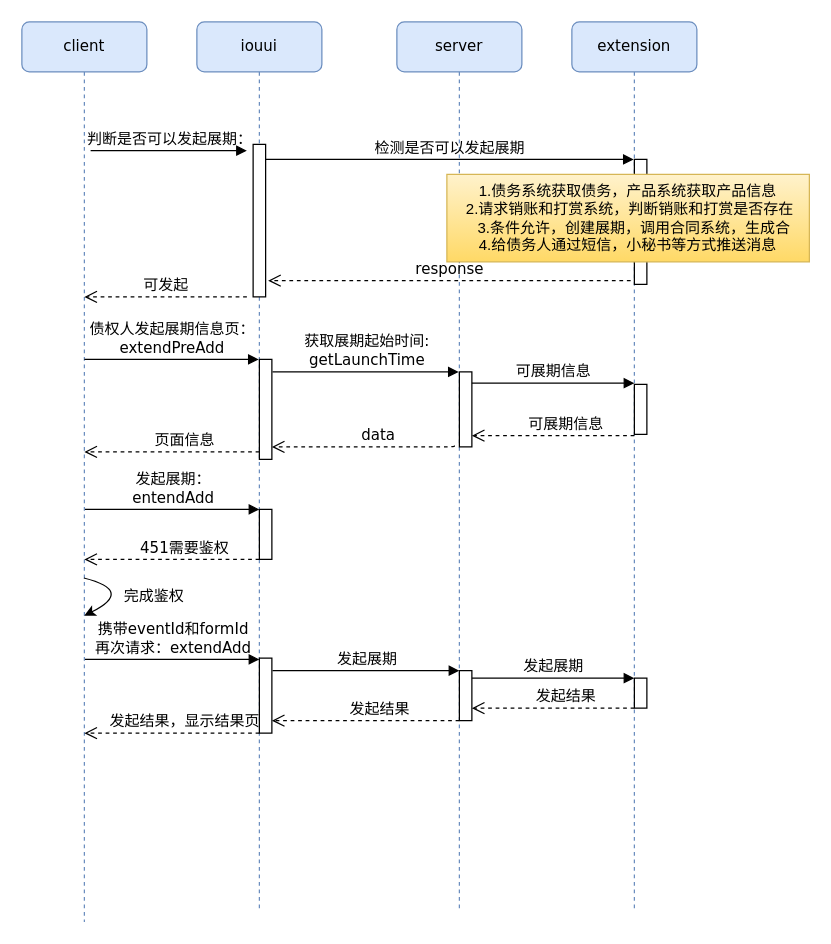
Before: 发起展期.drawio in Racheil/Http, a draw.io diagram. Source tidied: cells renumbered, new cells numbered last; positions are measured from the earlier drawing's top-left corner, leaving out a move shared by most shapes. Both pictures are drawn from the tidied source at 125%, with x=0, y=0 at pixel (21, 21).
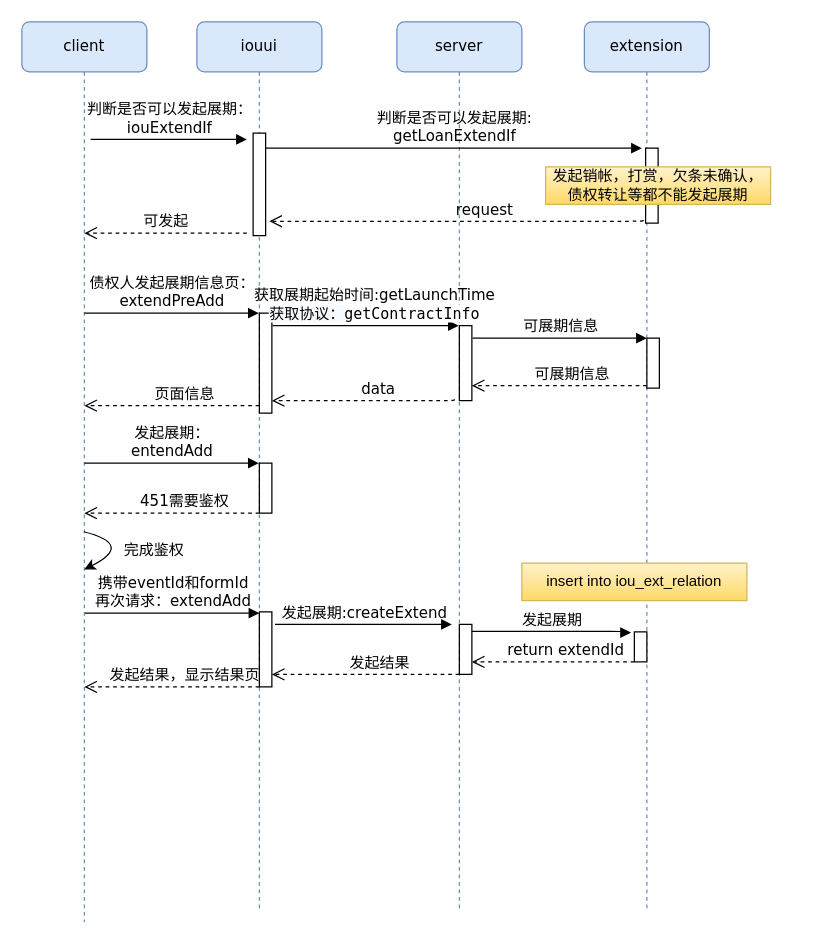
Above is the later version.

Commit message:
更新发起展期.drawio

The change refers to these unchanged cells:
```xml
<mxCell id="2" value="iouui" style="shape=umlLifeline;perimeter=lifelinePerimeter;whiteSpace=wrap;html=1;outlineConnect=0;rounded=1;shadow=0;comic=0;labelBackgroundColor=none;strokeWidth=1;fontFamily=Verdana;fontSize=12;align=center;fillColor=#dae8fc;strokeColor=#6c8ebf;" parent="1" vertex="1">
  <mxGeometry x="140" width="100" height="710" as="geometry" />
</mxCell>
<mxCell id="5" value="server" style="shape=umlLifeline;perimeter=lifelinePerimeter;whiteSpace=wrap;html=1;outlineConnect=0;rounded=1;shadow=0;comic=0;labelBackgroundColor=none;strokeWidth=1;fontFamily=Verdana;fontSize=12;align=center;fillColor=#dae8fc;strokeColor=#6c8ebf;" parent="1" vertex="1">
  <mxGeometry x="300" width="100" height="710" as="geometry" />
</mxCell>
```

Diff of the diagram source:
```diff
@@
     <mxCell id="3" style="html=1;points=[];perimeter=orthogonalPerimeter;rounded=0;shadow=0;comic=0;labelBackgroundColor=none;strokeWidth=1;fontFamily=Verdana;fontSize=12;align=center;" parent="2" vertex="1">
-      <mxGeometry x="45" y="98" width="10" height="122" as="geometry" />
+      <mxGeometry x="45" y="89" width="10" height="82" as="geometry" />
     </mxCell>
     <mxCell id="4" style="html=1;perimeter=orthogonalPerimeter;rounded=0;shadow=0;comic=0;labelBackgroundColor=none;strokeWidth=1;fontFamily=Verdana;fontSize=12;align=center;" parent="2" vertex="1">
-      <mxGeometry x="50" y="390" width="10" height="40" as="geometry" />
+      <mxGeometry x="50" y="353" width="10" height="40" as="geometry" />
     </mxCell>
@@
     <mxCell id="6" style="html=1;perimeter=orthogonalPerimeter;rounded=0;shadow=0;comic=0;labelBackgroundColor=none;strokeWidth=1;fontFamily=Verdana;fontSize=12;align=center;" parent="5" vertex="1">
-      <mxGeometry x="50" y="519" width="10" height="40" as="geometry" />
+      <mxGeometry x="50" y="482" width="10" height="40" as="geometry" />
     </mxCell>
     <mxCell id="7" value="extension" style="shape=umlLifeline;perimeter=lifelinePerimeter;whiteSpace=wrap;html=1;outlineConnect=0;rounded=1;shadow=0;comic=0;labelBackgroundColor=none;strokeWidth=1;fontFamily=Verdana;fontSize=12;align=center;fillColor=#dae8fc;strokeColor=#6c8ebf;" parent="1" vertex="1">
-      <mxGeometry x="440" width="100" height="710" as="geometry" />
+      <mxGeometry x="450" width="100" height="710" as="geometry" />
     </mxCell>
     <mxCell id="8" style="html=1;perimeter=orthogonalPerimeter;rounded=0;shadow=0;comic=0;labelBackgroundColor=none;strokeWidth=1;fontFamily=Verdana;fontSize=12;align=center;" parent="7" vertex="1">
-      <mxGeometry x="50" y="290" width="10" height="40" as="geometry" />
+      <mxGeometry x="50" y="253" width="10" height="40" as="geometry" />
     </mxCell>
@@
     <mxCell id="10" style="html=1;points=[];perimeter=orthogonalPerimeter;rounded=0;shadow=0;comic=0;labelBackgroundColor=none;strokeWidth=1;fontFamily=Verdana;fontSize=12;align=center;" parent="1" vertex="1">
-      <mxGeometry x="190" y="270" width="10" height="80" as="geometry" />
+      <mxGeometry x="190" y="233" width="10" height="80" as="geometry" />
     </mxCell>
-    <mxCell id="11" value="判断是否可以发起展期：&lt;br&gt;" style="html=1;verticalAlign=bottom;endArrow=block;labelBackgroundColor=none;fontFamily=Verdana;fontSize=12;edgeStyle=elbowEdgeStyle;elbow=vertical;" parent="1" edge="1">
+    <mxCell id="11" value="判断是否可以发起展期：&lt;br&gt;iouExtendIf" style="html=1;verticalAlign=bottom;endArrow=block;labelBackgroundColor=none;fontFamily=Verdana;fontSize=12;edgeStyle=elbowEdgeStyle;elbow=vertical;" parent="1" edge="1">
       <mxGeometry relative="1" as="geometry">
-        <mxPoint x="55" y="103" as="sourcePoint" />
-        <mxPoint x="180" y="103" as="targetPoint" />
+        <mxPoint x="55" y="94" as="sourcePoint" />
+        <mxPoint x="180" y="94" as="targetPoint" />
       </mxGeometry>
     </mxCell>
-    <mxCell id="12" value="检测是否可以发起展期" style="html=1;verticalAlign=bottom;endArrow=block;labelBackgroundColor=none;fontFamily=Verdana;fontSize=12;edgeStyle=elbowEdgeStyle;elbow=vertical;" parent="1" edge="1" source="3" target="7">
+    <mxCell id="12" value="判断是否可以发起展期:&lt;br&gt;getLoanExtendIf" style="html=1;verticalAlign=bottom;endArrow=block;labelBackgroundColor=none;fontFamily=Verdana;fontSize=12;edgeStyle=elbowEdgeStyle;elbow=horizontal;entryX=-0.3;entryY=0;entryDx=0;entryDy=0;entryPerimeter=0;" parent="1" edge="1" source="3" target="15">
       <mxGeometry relative="1" as="geometry">
         <Array as="points">
-          <mxPoint x="390" y="110" />
+          <mxPoint x="390" y="101" />
         </Array>
       </mxGeometry>
     </mxCell>
     <mxCell id="13" value="可发起" style="html=1;verticalAlign=bottom;endArrow=open;dashed=1;endSize=8;labelBackgroundColor=none;fontFamily=Verdana;fontSize=12;edgeStyle=elbowEdgeStyle;elbow=vertical;" parent="1" edge="1">
       <mxGeometry relative="1" as="geometry">
-        <mxPoint x="180" y="220" as="sourcePoint" />
-        <mxPoint x="50" y="220" as="targetPoint" />
+        <mxPoint x="180" y="169" as="sourcePoint" />
+        <mxPoint x="50" y="169" as="targetPoint" />
         <Array as="points">
-          <mxPoint x="125" y="220" />
-          <mxPoint x="155" y="220" />
+          <mxPoint x="125" y="169" />
+          <mxPoint x="155" y="169" />
         </Array>
       </mxGeometry>
     </mxCell>
-    <mxCell id="14" value="response" style="html=1;verticalAlign=bottom;endArrow=open;dashed=1;endSize=8;labelBackgroundColor=none;fontFamily=Verdana;fontSize=12;edgeStyle=elbowEdgeStyle;elbow=vertical;" parent="1" edge="1">
-      <mxGeometry relative="1" as="geometry">
-        <mxPoint x="487" y="207" as="sourcePoint" />
-        <mxPoint x="197" y="207" as="targetPoint" />
-        <Array as="points">
-          <mxPoint x="432" y="207" />
-          <mxPoint x="462" y="207" />
-        </Array>
-      </mxGeometry>
-    </mxCell>
     <mxCell id="15" style="html=1;points=[];perimeter=orthogonalPerimeter;rounded=0;shadow=0;comic=0;labelBackgroundColor=none;strokeWidth=1;fontFamily=Verdana;fontSize=12;align=center;" parent="1" vertex="1">
-      <mxGeometry x="490" y="110" width="10" height="100" as="geometry" />
+      <mxGeometry x="499" y="101" width="10" height="60" as="geometry" />
     </mxCell>
-    <mxCell id="16" value="1.债务系统获取债务，产品系统获取产品信息&lt;br&gt;&amp;nbsp;2.请求销账和打赏系统，判断销账和打赏是否存在&lt;br&gt;&amp;nbsp; &amp;nbsp;3.条件允许，创建展期，调用合同系统，生成合&lt;br&gt;4.给债务人通过短信，小秘书等方式推送消息" style="rounded=0;whiteSpace=wrap;html=1;gradientColor=#ffd966;fillColor=#fff2cc;strokeColor=#d6b656;" parent="1" vertex="1">
-      <mxGeometry x="340" y="122" width="290" height="70" as="geometry" />
-    </mxCell>
-    <mxCell id="17" value="债权人发起展期信息页：&lt;br&gt;extendPreAdd" style="html=1;verticalAlign=bottom;endArrow=block;labelBackgroundColor=none;fontFamily=Verdana;fontSize=12;edgeStyle=elbowEdgeStyle;elbow=vertical;" parent="1" edge="1" target="2">
+    <mxCell id="17" value="债权人发起展期信息页：&lt;br&gt;extendPreAdd" style="html=1;verticalAlign=bottom;endArrow=block;labelBackgroundColor=none;fontFamily=Verdana;fontSize=12;edgeStyle=elbowEdgeStyle;elbow=vertical;" parent="1" edge="1">
       <mxGeometry relative="1" as="geometry">
-        <mxPoint x="50" y="270" as="sourcePoint" />
+        <mxPoint x="50" y="233" as="sourcePoint" />
+        <mxPoint x="189.5" y="233" as="targetPoint" />
       </mxGeometry>
     </mxCell>
     <mxCell id="18" value="页面信息" style="html=1;verticalAlign=bottom;endArrow=open;dashed=1;endSize=8;labelBackgroundColor=none;fontFamily=Verdana;fontSize=12;edgeStyle=elbowEdgeStyle;elbow=vertical;exitX=0;exitY=0.925;exitDx=0;exitDy=0;exitPerimeter=0;" parent="1" edge="1" source="10">
       <mxGeometry x="-0.15" relative="1" as="geometry">
-        <mxPoint x="50" y="344" as="targetPoint" />
+        <mxPoint x="50" y="307" as="targetPoint" />
         <Array as="points">
-          <mxPoint x="125" y="344" />
-          <mxPoint x="155" y="344" />
+          <mxPoint x="125" y="307" />
+          <mxPoint x="155" y="307" />
         </Array>
       </mxGeometry>
     </mxCell>
-    <mxCell id="19" value="获取展期起始时间:&lt;br&gt;getLaunchTime" style="html=1;verticalAlign=bottom;endArrow=block;labelBackgroundColor=none;fontFamily=Verdana;fontSize=12;edgeStyle=elbowEdgeStyle;elbow=vertical;" parent="1" edge="1" target="5">
-      <mxGeometry relative="1" as="geometry">
-        <mxPoint x="200.5" y="280" as="sourcePoint" />
+    <mxCell id="19" value="获取展期起始时间:getLaunchTime&lt;br&gt;&lt;span style=&quot;font-family: &amp;#34;menlo&amp;#34; ; font-size: 9pt ; background-color: rgb(247 , 250 , 255)&quot;&gt;获取协议：&lt;/span&gt;&lt;span style=&quot;background-color: rgb(255 , 255 , 255) ; font-family: &amp;#34;menlo&amp;#34; ; font-size: 9pt&quot;&gt;getContractInfo&lt;/span&gt;" style="html=1;verticalAlign=bottom;endArrow=block;labelBackgroundColor=none;fontFamily=Verdana;fontSize=12;edgeStyle=elbowEdgeStyle;elbow=vertical;" parent="1" edge="1">
+      <mxGeometry x="0.07" relative="1" as="geometry">
+        <mxPoint x="200.5" y="243" as="sourcePoint" />
+        <mxPoint x="349.5" y="243" as="targetPoint" />
+        <mxPoint x="1" as="offset" />
       </mxGeometry>
     </mxCell>
     <mxCell id="20" value="data" style="html=1;verticalAlign=bottom;endArrow=open;dashed=1;endSize=8;labelBackgroundColor=none;fontFamily=Verdana;fontSize=12;edgeStyle=elbowEdgeStyle;elbow=vertical;exitX=-0.4;exitY=0.983;exitDx=0;exitDy=0;exitPerimeter=0;" parent="1" edge="1" source="21">
       <mxGeometry x="-0.15" relative="1" as="geometry">
-        <mxPoint x="200" y="340" as="targetPoint" />
+        <mxPoint x="200" y="303" as="targetPoint" />
         <Array as="points">
-          <mxPoint x="275" y="340" />
-          <mxPoint x="305" y="340" />
+          <mxPoint x="275" y="303" />
+          <mxPoint x="305" y="303" />
         </Array>
       </mxGeometry>
     </mxCell>
     <mxCell id="21" style="html=1;points=[];perimeter=orthogonalPerimeter;rounded=0;shadow=0;comic=0;labelBackgroundColor=none;strokeWidth=1;fontFamily=Verdana;fontSize=12;align=center;" parent="1" vertex="1">
-      <mxGeometry x="350" y="280" width="10" height="60" as="geometry" />
+      <mxGeometry x="350" y="243" width="10" height="60" as="geometry" />
     </mxCell>
-    <mxCell id="22" value="可展期信息" style="html=1;verticalAlign=bottom;endArrow=block;labelBackgroundColor=none;fontFamily=Verdana;fontSize=12;edgeStyle=elbowEdgeStyle;elbow=vertical;" parent="1" edge="1">
-      <mxGeometry relative="1" as="geometry">
-        <mxPoint x="360" y="289" as="sourcePoint" />
-        <mxPoint x="490" y="289" as="targetPoint" />
-      </mxGeometry>
-    </mxCell>
     <mxCell id="23" value="可展期信息" style="html=1;verticalAlign=bottom;endArrow=open;dashed=1;endSize=8;labelBackgroundColor=none;fontFamily=Verdana;fontSize=12;edgeStyle=elbowEdgeStyle;elbow=vertical;" parent="1" edge="1">
       <mxGeometry x="-0.15" relative="1" as="geometry">
-        <mxPoint x="490" y="331" as="sourcePoint" />
-        <mxPoint x="360" y="331" as="targetPoint" />
+        <mxPoint x="500" y="291" as="sourcePoint" />
+        <mxPoint x="360" y="291" as="targetPoint" />
         <Array as="points">
-          <mxPoint x="435" y="331" />
-          <mxPoint x="465" y="331" />
+          <mxPoint x="435" y="291" />
+          <mxPoint x="465" y="291" />
         </Array>
       </mxGeometry>
     </mxCell>
-    <mxCell id="24" value="发起展期：&lt;br&gt;entendAdd" style="html=1;verticalAlign=bottom;endArrow=block;labelBackgroundColor=none;fontFamily=Verdana;fontSize=12;edgeStyle=elbowEdgeStyle;elbow=vertical;" parent="1" edge="1">
+    <mxCell id="24" value="可展期信息" style="html=1;verticalAlign=bottom;endArrow=block;labelBackgroundColor=none;fontFamily=Verdana;fontSize=12;edgeStyle=elbowEdgeStyle;elbow=vertical;" parent="1" edge="1">
       <mxGeometry relative="1" as="geometry">
-        <mxPoint x="50.5" y="390" as="sourcePoint" />
-        <mxPoint x="190" y="390" as="targetPoint" />
+        <mxPoint x="360.5" y="253" as="sourcePoint" />
+        <mxPoint x="500" y="253" as="targetPoint" />
       </mxGeometry>
     </mxCell>
     <mxCell id="25" value="451需要鉴权" style="html=1;verticalAlign=bottom;endArrow=open;dashed=1;endSize=8;labelBackgroundColor=none;fontFamily=Verdana;fontSize=12;edgeStyle=elbowEdgeStyle;elbow=vertical;exitX=0;exitY=0.925;exitDx=0;exitDy=0;exitPerimeter=0;" parent="1" edge="1">
       <mxGeometry x="-0.15" relative="1" as="geometry">
-        <mxPoint x="190" y="430" as="sourcePoint" />
-        <mxPoint x="50" y="430" as="targetPoint" />
+        <mxPoint x="190" y="393" as="sourcePoint" />
+        <mxPoint x="50" y="393" as="targetPoint" />
         <Array as="points">
-          <mxPoint x="125" y="430" />
-          <mxPoint x="155" y="430" />
+          <mxPoint x="125" y="393" />
+          <mxPoint x="155" y="393" />
         </Array>
       </mxGeometry>
     </mxCell>
     <mxCell id="26" value="携带eventId和formId&lt;br&gt;再次请求：extendAdd" style="html=1;verticalAlign=bottom;endArrow=block;labelBackgroundColor=none;fontFamily=Verdana;fontSize=12;edgeStyle=elbowEdgeStyle;elbow=vertical;" parent="1" edge="1">
       <mxGeometry relative="1" as="geometry">
-        <mxPoint x="50.5" y="510" as="sourcePoint" />
-        <mxPoint x="190" y="510" as="targetPoint" />
+        <mxPoint x="50.5" y="473" as="sourcePoint" />
+        <mxPoint x="190" y="473" as="targetPoint" />
       </mxGeometry>
     </mxCell>
     <mxCell id="27" value="发起结果，显示结果页" style="html=1;verticalAlign=bottom;endArrow=open;dashed=1;endSize=8;labelBackgroundColor=none;fontFamily=Verdana;fontSize=12;edgeStyle=elbowEdgeStyle;elbow=vertical;exitX=0;exitY=0.925;exitDx=0;exitDy=0;exitPerimeter=0;" parent="1" edge="1">
       <mxGeometry x="-0.15" relative="1" as="geometry">
-        <mxPoint x="190" y="569" as="sourcePoint" />
-        <mxPoint x="50" y="569" as="targetPoint" />
+        <mxPoint x="190" y="532" as="sourcePoint" />
+        <mxPoint x="50" y="532" as="targetPoint" />
         <Array as="points">
-          <mxPoint x="125" y="569" />
-          <mxPoint x="155" y="569" />
+          <mxPoint x="125" y="532" />
+          <mxPoint x="155" y="532" />
         </Array>
       </mxGeometry>
     </mxCell>
     <mxCell id="28" style="html=1;perimeter=orthogonalPerimeter;rounded=0;shadow=0;comic=0;labelBackgroundColor=none;strokeWidth=1;fontFamily=Verdana;fontSize=12;align=center;" parent="1" vertex="1">
-      <mxGeometry x="190" y="509" width="10" height="60" as="geometry" />
+      <mxGeometry x="190" y="472" width="10" height="60" as="geometry" />
     </mxCell>
-    <mxCell id="29" value="发起展期" style="html=1;verticalAlign=bottom;endArrow=block;labelBackgroundColor=none;fontFamily=Verdana;fontSize=12;edgeStyle=elbowEdgeStyle;elbow=vertical;" parent="1" edge="1">
+    <mxCell id="29" value="发起展期:createExtend" style="html=1;verticalAlign=bottom;endArrow=block;labelBackgroundColor=none;fontFamily=Verdana;fontSize=12;edgeStyle=elbowEdgeStyle;elbow=horizontal;" parent="1" edge="1">
       <mxGeometry relative="1" as="geometry">
-        <mxPoint x="200.5" y="519" as="sourcePoint" />
-        <mxPoint x="350" y="519" as="targetPoint" />
+        <mxPoint x="202.5" y="482" as="sourcePoint" />
+        <mxPoint x="344" y="482" as="targetPoint" />
       </mxGeometry>
     </mxCell>
     <mxCell id="30" value="发起结果" style="html=1;verticalAlign=bottom;endArrow=open;dashed=1;endSize=8;labelBackgroundColor=none;fontFamily=Verdana;fontSize=12;edgeStyle=elbowEdgeStyle;elbow=vertical;" parent="1" edge="1">
       <mxGeometry x="-0.15" relative="1" as="geometry">
-        <mxPoint x="350" y="559" as="sourcePoint" />
-        <mxPoint x="200" y="559" as="targetPoint" />
+        <mxPoint x="350" y="522" as="sourcePoint" />
+        <mxPoint x="200" y="522" as="targetPoint" />
         <Array as="points">
-          <mxPoint x="275" y="559" />
-          <mxPoint x="305" y="559" />
+          <mxPoint x="275" y="522" />
+          <mxPoint x="305" y="522" />
         </Array>
       </mxGeometry>
     </mxCell>
-    <mxCell id="31" value="发起展期" style="html=1;verticalAlign=bottom;endArrow=block;labelBackgroundColor=none;fontFamily=Verdana;fontSize=12;edgeStyle=elbowEdgeStyle;elbow=vertical;" parent="1" edge="1">
-      <mxGeometry relative="1" as="geometry">
-        <mxPoint x="360" y="525" as="sourcePoint" />
-        <mxPoint x="490" y="525" as="targetPoint" />
-      </mxGeometry>
-    </mxCell>
-    <mxCell id="32" value="发起结果" style="html=1;verticalAlign=bottom;endArrow=open;dashed=1;endSize=8;labelBackgroundColor=none;fontFamily=Verdana;fontSize=12;edgeStyle=elbowEdgeStyle;elbow=vertical;" parent="1" edge="1">
+    <mxCell id="32" value="return extendId" style="html=1;verticalAlign=bottom;endArrow=open;dashed=1;endSize=8;labelBackgroundColor=none;fontFamily=Verdana;fontSize=12;edgeStyle=elbowEdgeStyle;elbow=vertical;" parent="1" edge="1">
       <mxGeometry x="-0.15" relative="1" as="geometry">
-        <mxPoint x="490" y="549" as="sourcePoint" />
-        <mxPoint x="360" y="549" as="targetPoint" />
+        <mxPoint x="490" y="512" as="sourcePoint" />
+        <mxPoint x="360" y="512" as="targetPoint" />
         <Array as="points">
-          <mxPoint x="435" y="549" />
-          <mxPoint x="465" y="549" />
+          <mxPoint x="435" y="512" />
+          <mxPoint x="465" y="512" />
         </Array>
       </mxGeometry>
     </mxCell>
     <mxCell id="33" style="html=1;points=[];perimeter=orthogonalPerimeter;rounded=0;shadow=0;comic=0;labelBackgroundColor=none;strokeWidth=1;fontFamily=Verdana;fontSize=12;align=center;" parent="1" vertex="1">
-      <mxGeometry x="490" y="525" width="10" height="24" as="geometry" />
+      <mxGeometry x="490" y="488" width="10" height="24" as="geometry" />
     </mxCell>
     <mxCell id="34" style="curved=1;endArrow=classic;html=1;exitX=0.496;exitY=0.611;exitDx=0;exitDy=0;exitPerimeter=0;" parent="1" edge="1">
       <mxGeometry relative="1" as="geometry">
-        <mxPoint x="49.6" y="444.9" as="sourcePoint" />
-        <mxPoint x="49.6" y="475" as="targetPoint" />
+        <mxPoint x="49.6" y="407.9" as="sourcePoint" />
+        <mxPoint x="49.6" y="438" as="targetPoint" />
         <Array as="points">
-          <mxPoint x="90" y="455" />
-          <mxPoint x="50" y="475" />
+          <mxPoint x="90" y="418" />
+          <mxPoint x="50" y="438" />
         </Array>
       </mxGeometry>
     </mxCell>
     <mxCell id="35" value="完成鉴权" style="text;html=1;align=left;verticalAlign=top;spacingTop=-4;" parent="1" vertex="1">
-      <mxGeometry x="80" y="450" width="60" height="20" as="geometry" />
+      <mxGeometry x="80" y="413" width="60" height="20" as="geometry" />
     </mxCell>
+    <mxCell id="16" value="发起销帐，打赏，欠条未确认，债权转让等都不能发起展期" style="rounded=0;whiteSpace=wrap;html=1;gradientColor=#ffd966;fillColor=#fff2cc;strokeColor=#d6b656;" parent="1" vertex="1">
+      <mxGeometry x="419" y="116" width="180" height="30" as="geometry" />
+    </mxCell>
+    <mxCell id="36" value="发起展期：&lt;br&gt;entendAdd" style="html=1;verticalAlign=bottom;endArrow=block;labelBackgroundColor=none;fontFamily=Verdana;fontSize=12;edgeStyle=elbowEdgeStyle;elbow=vertical;" parent="1" edge="1">
+      <mxGeometry relative="1" as="geometry">
+        <mxPoint x="50" y="353" as="sourcePoint" />
+        <mxPoint x="189.5" y="353" as="targetPoint" />
+      </mxGeometry>
+    </mxCell>
+    <mxCell id="37" value="request" style="html=1;verticalAlign=bottom;endArrow=open;dashed=1;endSize=8;labelBackgroundColor=none;fontFamily=Verdana;fontSize=12;edgeStyle=elbowEdgeStyle;elbow=vertical;exitX=-0.4;exitY=0.983;exitDx=0;exitDy=0;exitPerimeter=0;" parent="1" edge="1">
+      <mxGeometry x="-0.15" relative="1" as="geometry">
+        <mxPoint x="497" y="158.5" as="sourcePoint" />
+        <mxPoint x="198" y="160" as="targetPoint" />
+        <Array as="points">
+          <mxPoint x="456" y="159.5" />
+        </Array>
+      </mxGeometry>
+    </mxCell>
+    <mxCell id="38" value="insert into iou_ext_relation" style="rounded=0;whiteSpace=wrap;html=1;gradientColor=#ffd966;fillColor=#fff2cc;strokeColor=#d6b656;" parent="1" vertex="1">
+      <mxGeometry x="400" y="433" width="180" height="30" as="geometry" />
+    </mxCell>
+    <mxCell id="31" value="发起展期" style="html=1;verticalAlign=bottom;endArrow=block;labelBackgroundColor=none;fontFamily=Verdana;fontSize=12;edgeStyle=elbowEdgeStyle;elbow=horizontal;entryX=-0.271;entryY=0.024;entryDx=0;entryDy=0;entryPerimeter=0;" parent="1" edge="1" target="33">
+      <mxGeometry relative="1" as="geometry">
+        <mxPoint x="360" y="487.5" as="sourcePoint" />
+        <Array as="points">
+          <mxPoint x="480.5" y="487.5" />
+        </Array>
+      </mxGeometry>
+    </mxCell>
```
